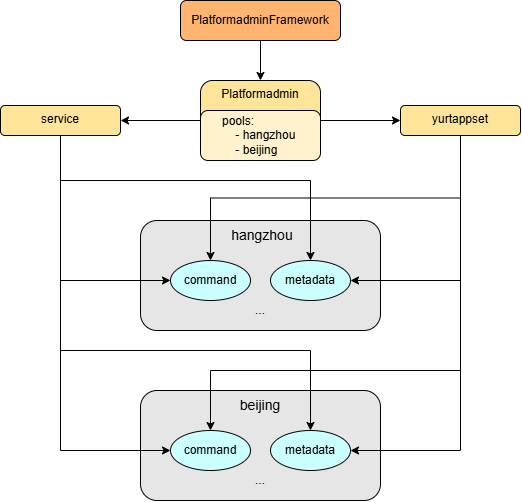
Before: docs/img/20240819-build-iot-system-configuration-isolation-on-nodepool/platformadmin-new.png, a diagram exported from draw.io (openyurtio/openyurt). Source tidied: cells renumbered, new cells last; positions are measured from the earlier drawing's top-left corner, leaving out a move shared by most shapes.
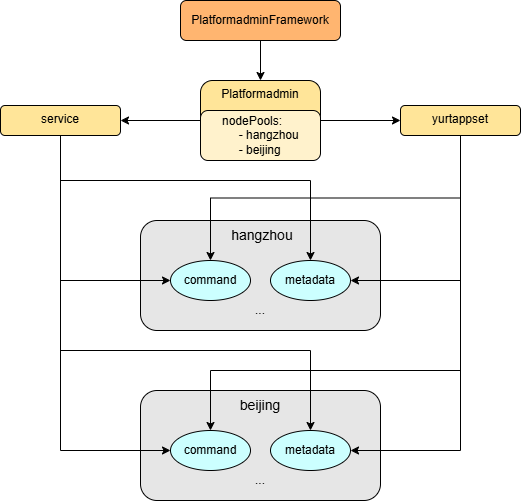
After the change.

Diff of the diagram source:
```diff
@@ -23,7 +23,7 @@
     <mxCell id="8" value="service" style="rounded=1;whiteSpace=wrap;html=1;align=center;verticalAlign=top;fillColor=#FFE599;" parent="1" vertex="1">
       <mxGeometry y="105" width="120" height="30" as="geometry" />
     </mxCell>
-    <mxCell id="9" value="&lt;div&gt;&lt;span&gt;&amp;nbsp; &amp;nbsp; &amp;nbsp; pools:&lt;/span&gt;&lt;/div&gt;&amp;nbsp; &amp;nbsp; &amp;nbsp; &amp;nbsp; &amp;nbsp; - hangzhou&lt;br&gt;&amp;nbsp; &amp;nbsp; &amp;nbsp; &amp;nbsp; &amp;nbsp; - beijing" style="rounded=1;whiteSpace=wrap;html=1;verticalAlign=middle;align=left;fillColor=#FFF2CC;" parent="1" vertex="1">
+    <mxCell id="9" value="&lt;div&gt;&lt;span&gt;&amp;nbsp; &amp;nbsp; &amp;nbsp; nodePools:&lt;/span&gt;&lt;/div&gt;&amp;nbsp; &amp;nbsp; &amp;nbsp; &amp;nbsp; &amp;nbsp; &amp;nbsp;- hangzhou&lt;br&gt;&amp;nbsp; &amp;nbsp; &amp;nbsp; &amp;nbsp; &amp;nbsp; &amp;nbsp;- beijing" style="rounded=1;whiteSpace=wrap;html=1;verticalAlign=middle;align=left;fillColor=#FFF2CC;" parent="1" vertex="1">
       <mxGeometry x="200" y="110" width="120" height="50" as="geometry" />
     </mxCell>
     <mxCell id="10" value="&lt;font style=&quot;font-size: 14px&quot;&gt;&amp;nbsp;hangzhou&lt;/font&gt;" style="rounded=1;whiteSpace=wrap;html=1;align=center;verticalAlign=top;fillColor=#E6E6E6;" parent="1" vertex="1">
```
